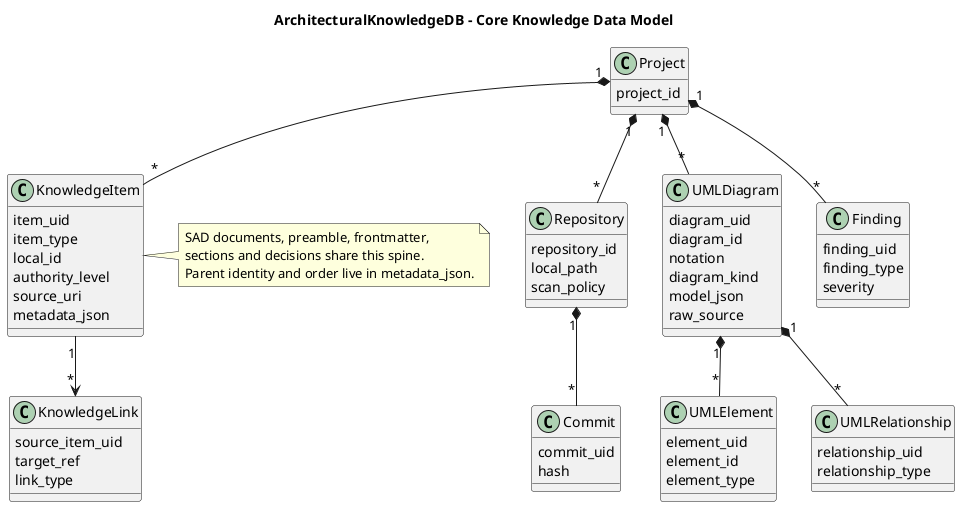
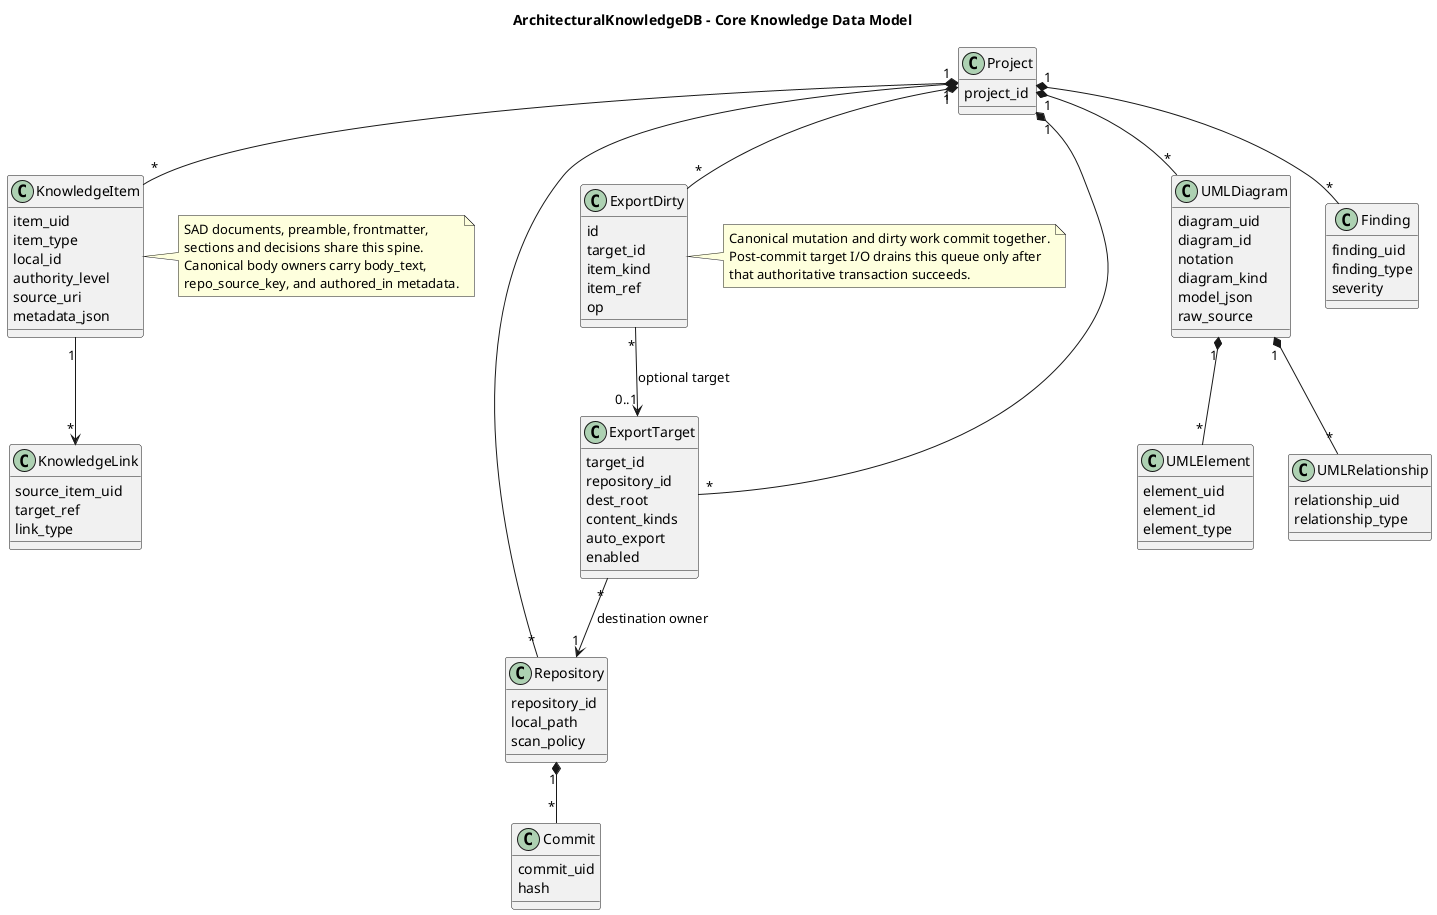
@startuml akdb-data-model
title ArchitecturalKnowledgeDB - Core Knowledge Data Model
class Project {
 project_id
}
class Repository {
 repository_id
 local_path
 scan_policy
}
class KnowledgeItem {
 item_uid
 item_type
 local_id
 authority_level
 source_uri
 metadata_json
}
class KnowledgeLink {
 source_item_uid
 target_ref
 link_type
}
class UMLDiagram {
 diagram_uid
 diagram_id
 notation
 diagram_kind
 model_json
 raw_source
}
class UMLElement {
 element_uid
 element_id
 element_type
}
class UMLRelationship {
 relationship_uid
 relationship_type
}
+ class ExportTarget {
+  target_id
+  repository_id
+  dest_root
+  content_kinds
+  auto_export
+  enabled
+ }
+ class ExportDirty {
+  id
+  target_id
+  item_kind
+  item_ref
+  op
+ }
class Finding {
 finding_uid
 finding_type
 severity
}
class Commit {
 commit_uid
 hash
}
Project "1" *-- "*" Repository
Project "1" *-- "*" KnowledgeItem
Project "1" *-- "*" UMLDiagram
+ Project "1" *-- "*" ExportTarget
+ Project "1" *-- "*" ExportDirty
Project "1" *-- "*" Finding
Repository "1" *-- "*" Commit
+ ExportTarget "*" --> "1" Repository : destination owner
+ ExportDirty "*" --> "0..1" ExportTarget : optional target
KnowledgeItem "1" --> "*" KnowledgeLink
UMLDiagram "1" *-- "*" UMLElement
UMLDiagram "1" *-- "*" UMLRelationship
note right of KnowledgeItem
SAD documents, preamble, frontmatter,
sections and decisions share this spine.
- Parent identity and order live in metadata_json.
+ Canonical body owners carry body_text,
+ repo_source_key, and authored_in metadata.
+ end note
+ note right of ExportDirty
+ Canonical mutation and dirty work commit together.
+ Post-commit target I/O drains this queue only after
+ that authoritative transaction succeeds.
end note
@enduml
